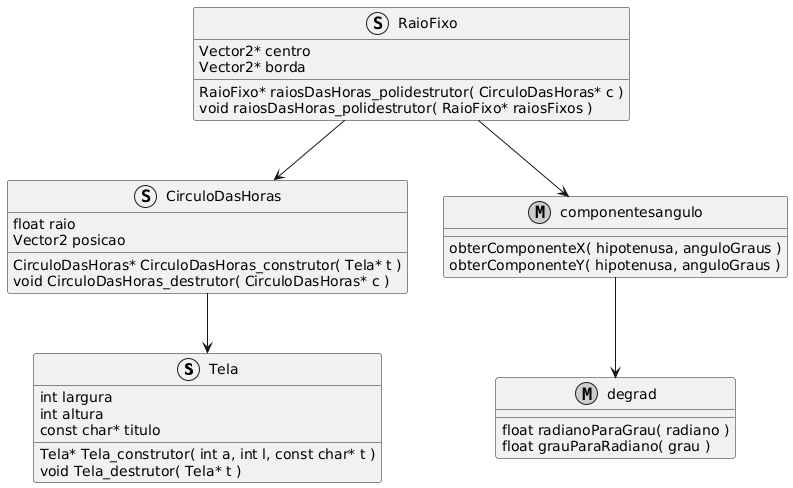
LPLA-br/circulum-horarum keeps this PlantUML diagram as diagramas/diagrama.png. Above is the earlier version.
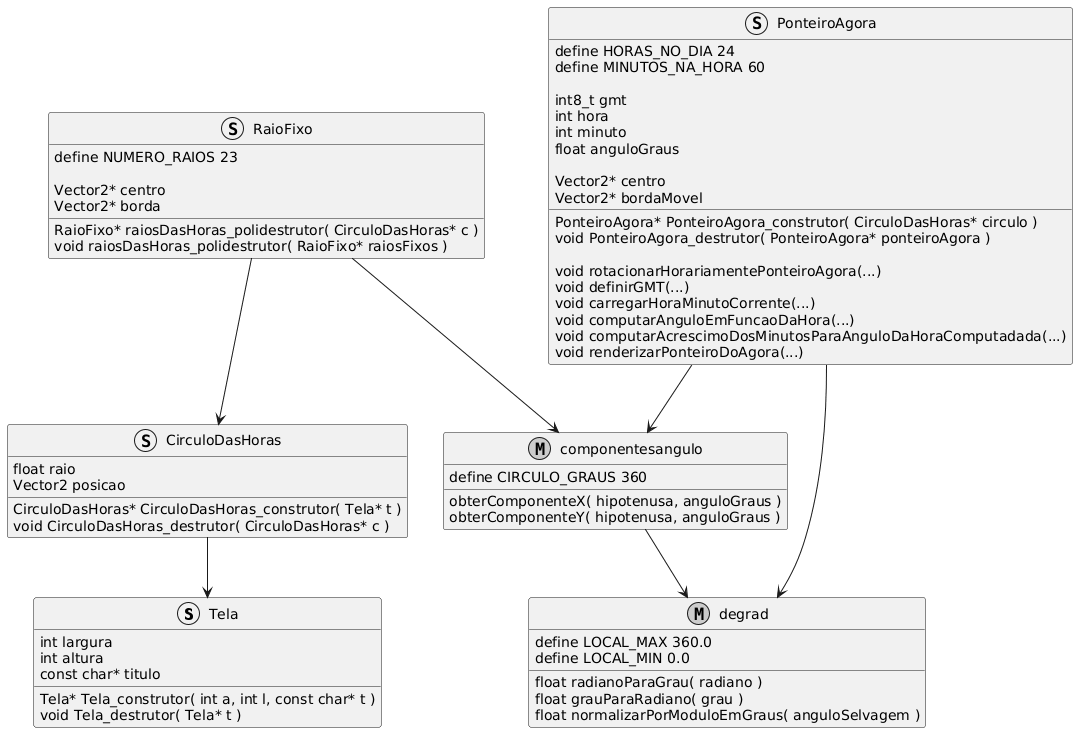
The same diagram one commit later.

Commit message:
Atualiza diagrama e adiciona prévia de descrição de aplicação.

Diff of the diagram source:
```diff
@@ -20,6 +20,8 @@
 }
 
 struct RaioFixo {
+  define NUMERO_RAIOS 23
+
   Vector2* centro
   Vector2* borda
 
@@ -27,15 +29,44 @@
   void raiosDasHoras_polidestrutor( RaioFixo* raiosFixos )
 }
 
+struct  PonteiroAgora {
+  define HORAS_NO_DIA 24
+  define MINUTOS_NA_HORA 60
+
+  int8_t gmt
+  int hora
+  int minuto
+  float anguloGraus
+
+  Vector2* centro
+  Vector2* bordaMovel
+
+  PonteiroAgora* PonteiroAgora_construtor( CirculoDasHoras* circulo )
+  void PonteiroAgora_destrutor( PonteiroAgora* ponteiroAgora )
+
+  void rotacionarHorariamentePonteiroAgora(...)
+  void definirGMT(...)
+  void carregarHoraMinutoCorrente(...)
+  void computarAnguloEmFuncaoDaHora(...)
+  void computarAcrescimoDosMinutosParaAnguloDaHoraComputadada(...)
+  void renderizarPonteiroDoAgora(...)
+}
+
 
 metaclass componentesangulo {
+  define CIRCULO_GRAUS 360
+
   obterComponenteX( hipotenusa, anguloGraus )
   obterComponenteY( hipotenusa, anguloGraus )
 }
 
 metaclass degrad {
+  define LOCAL_MAX 360.0
+  define LOCAL_MIN 0.0
+
   float radianoParaGrau( radiano )
   float grauParaRadiano( grau )
+  float normalizarPorModuloEmGraus( anguloSelvagem )
 }
 
 
@@ -43,5 +74,7 @@
 RaioFixo --> componentesangulo
 CirculoDasHoras --> Tela
 componentesangulo --> degrad
+PonteiroAgora --> componentesangulo
+PonteiroAgora --> degrad
 
 @enduml
```
